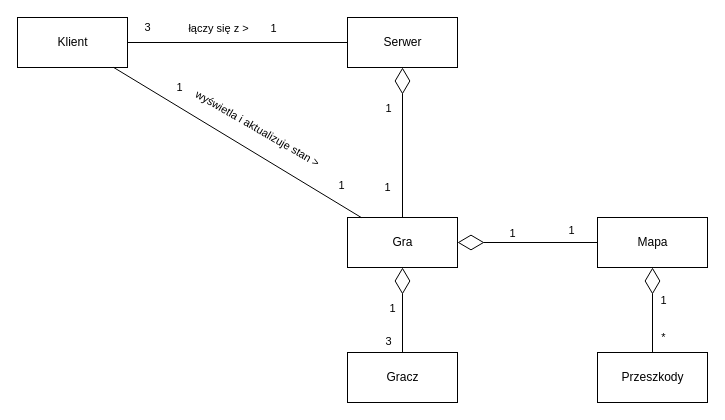
Earlier version of the draw.io diagram documentation/UML_pass_the_exam.drawio.xml (Misiek22113/PIO_CROSSY_ROAD). Source tidied: cells renumbered, new cells numbered last; positions are measured from the earlier drawing's top-left corner, leaving out a move shared by most shapes. Both pictures are drawn from the tidied source at 100%, with x=0, y=0 at pixel (17, 17).
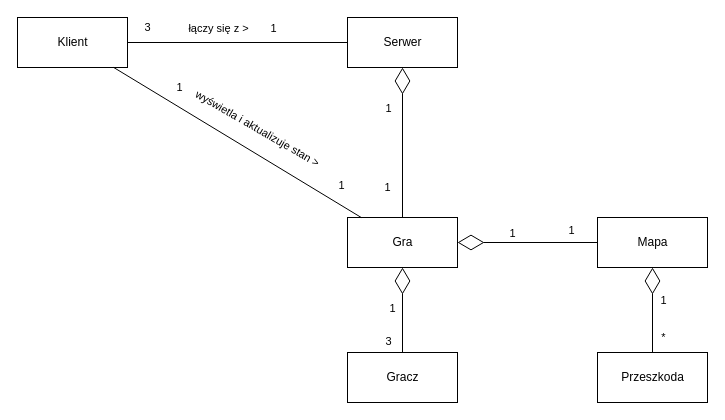
Above is the later version.

Commit message (it also covers changes not shown here):
PTE-24: UML and instruction correction

Change to the diagram source:
```diff
@@
-    <mxCell id="6" value="Przeszkody" style="html=1;" parent="1" vertex="1">
+    <mxCell id="6" value="Przeszkoda" style="html=1;" parent="1" vertex="1">
       <mxGeometry x="580" y="335" width="110" height="50" as="geometry" />
     </mxCell>
```
